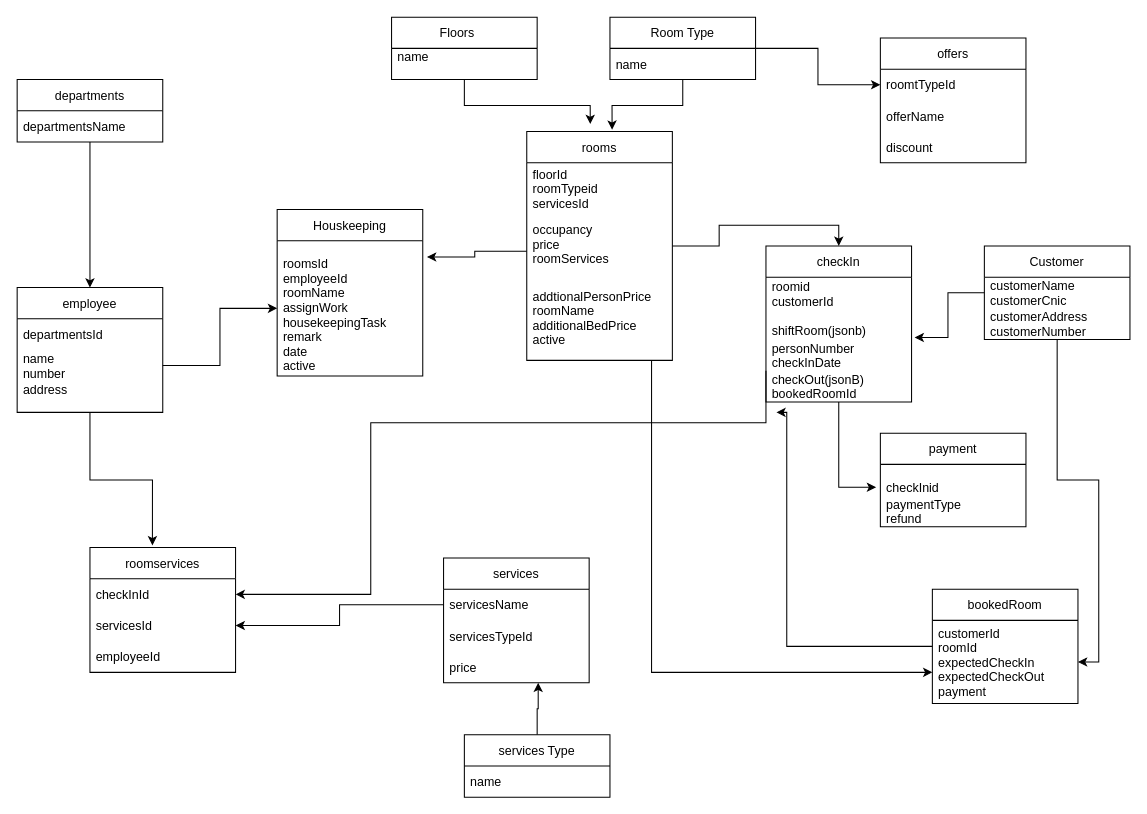
zaryabali786/erdDiagram keeps this draw.io diagram as new9.drawio. Above is the earlier version. Source tidied: cells renumbered, new cells numbered last; positions are measured from the earlier drawing's top-left corner, leaving out a move shared by most shapes. Both pictures are drawn from the tidied source at 104%, with x=0, y=0 at pixel (17, 17).
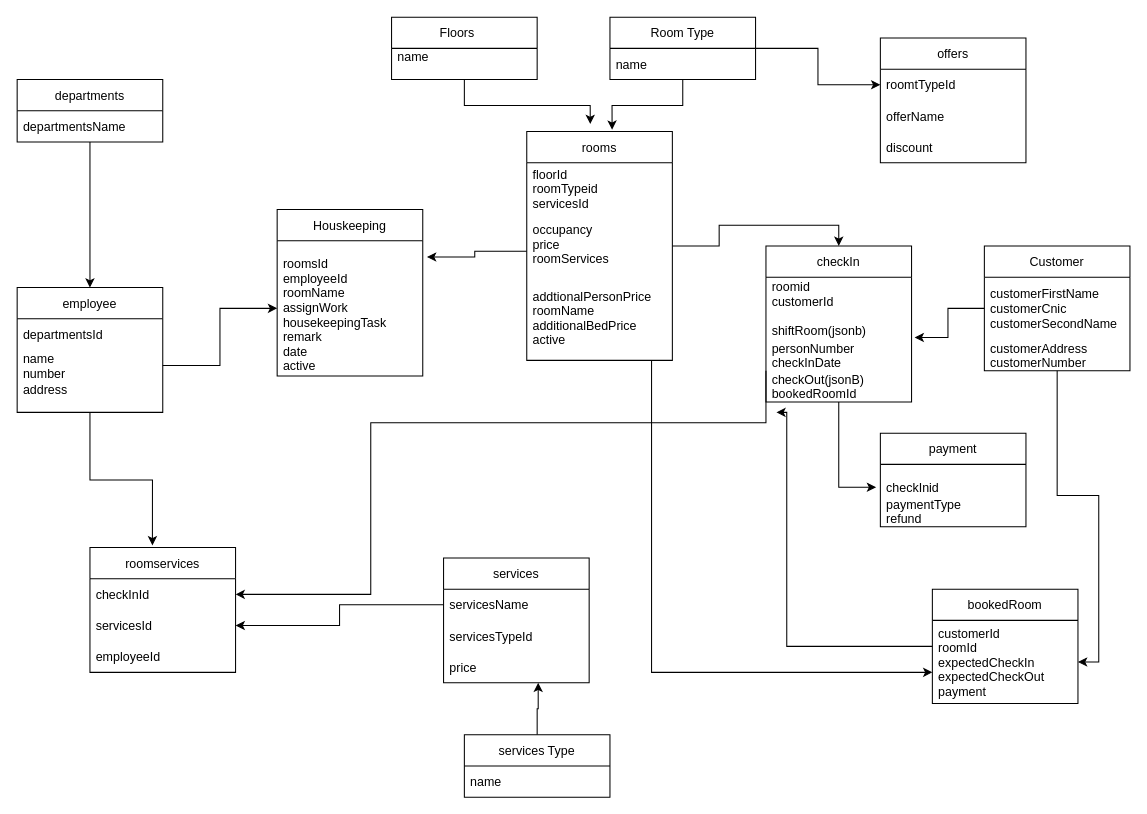
Above is the later version.

The edit, as a diff of the source:
```diff
@@
     <mxCell id="30" value="Customer" style="swimlane;fontStyle=0;horizontal=1;startSize=30;" parent="1" vertex="1">
-      <mxGeometry x="930" y="220" width="140" height="90" as="geometry" />
+      <mxGeometry x="930" y="220" width="140" height="120" as="geometry" />
     </mxCell>
-    <mxCell id="31" value="customerName&#10;customerCnic" style="text;strokeColor=none;fillColor=none;align=left;verticalAlign=middle;spacingLeft=4;spacingRight=4;overflow=hidden;" parent="30" vertex="1">
-      <mxGeometry y="30" width="140" height="30" as="geometry" />
+    <mxCell id="31" value="customerFirstName&#10;customerCnic&#10;customerSecondName" style="text;strokeColor=none;fillColor=none;align=left;verticalAlign=middle;spacingLeft=4;spacingRight=4;overflow=hidden;" parent="30" vertex="1">
+      <mxGeometry y="30" width="140" height="60" as="geometry" />
     </mxCell>
     <mxCell id="32" value="customerAddress&#10;customerNumber" style="text;strokeColor=none;fillColor=none;align=left;verticalAlign=middle;spacingLeft=4;spacingRight=4;overflow=hidden;" parent="30" vertex="1">
-      <mxGeometry y="60" width="140" height="30" as="geometry" />
+      <mxGeometry y="90" width="140" height="30" as="geometry" />
     </mxCell>
```
